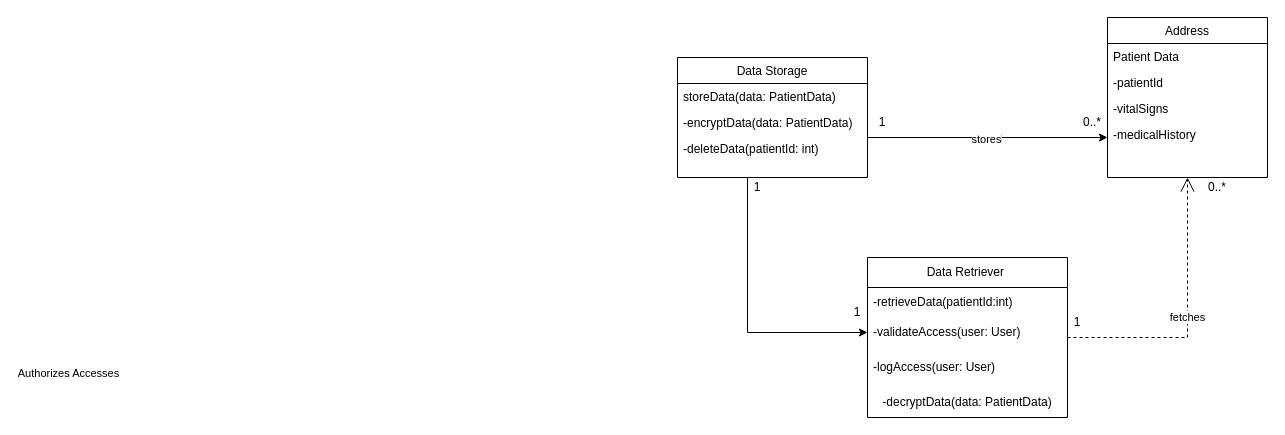
Before: uml_models/Data Storage System.drawio in valeriageo/signal_project, a draw.io diagram. Source tidied: cells renumbered, new cells numbered last; positions are measured from the earlier drawing's top-left corner, leaving out a move shared by most shapes. Both pictures are drawn from the tidied source at 100%, with x=0, y=0 at pixel (677, 17).
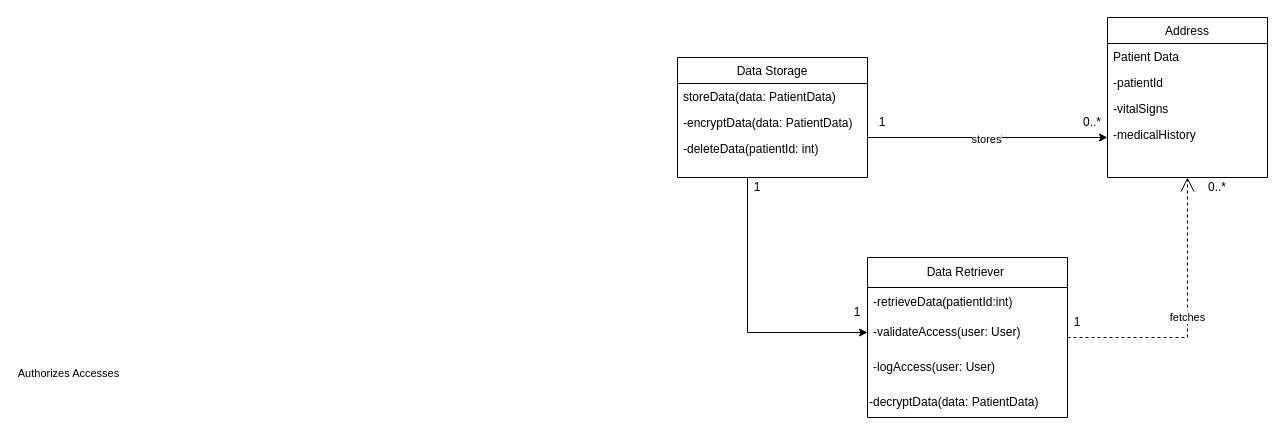
The same page after the edit.

The change refers to these unchanged cells:
```xml
<mxCell id="7" value="Data Retriever&amp;nbsp;" style="swimlane;fontStyle=0;horizontal=1;startSize=30;whiteSpace=wrap;html=1;" parent="1" vertex="1">
  <mxGeometry x="190" y="240" width="200" height="160" as="geometry" />
</mxCell>
```

Change to the diagram source:
```diff
@@
-    <mxCell id="11" value="-decryptData(data: PatientData)" style="text;strokeColor=none;align=center;fillColor=none;html=1;verticalAlign=middle;whiteSpace=wrap;rounded=0;" parent="7" vertex="1">
+    <mxCell id="11" value="-decryptData(data: PatientData)" style="text;strokeColor=none;align=left;fillColor=none;html=1;verticalAlign=middle;whiteSpace=wrap;rounded=0;" parent="7" vertex="1">
       <mxGeometry y="130" width="200" height="30" as="geometry" />
     </mxCell>
```
